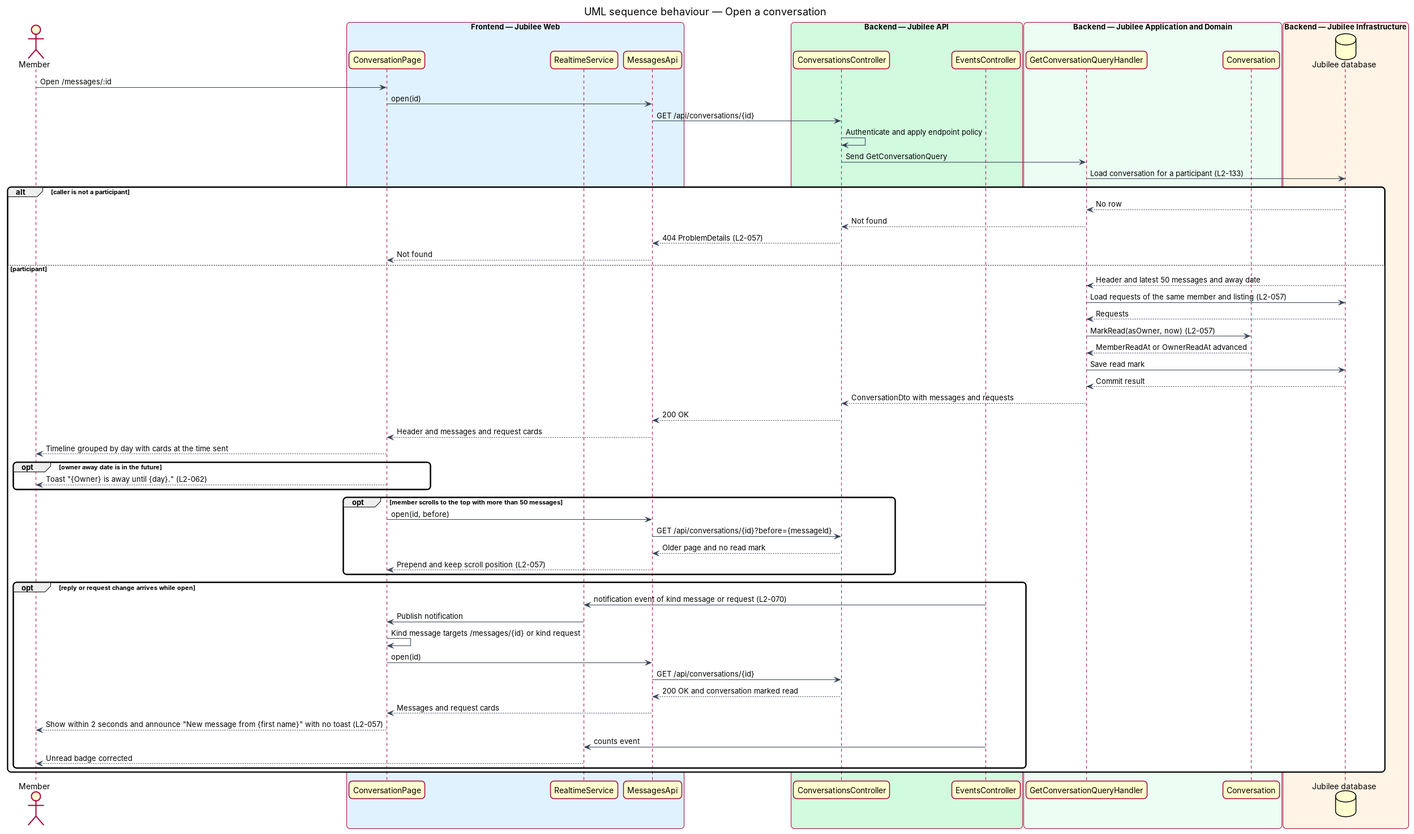
Earlier version of the PlantUML export docs/detailed-designs/messaging/exchange-messages/diagrams/sequence-open-conversation.png (QuinntyneBrown/jubilee). Its source is kept beside it as docs/detailed-designs/messaging/exchange-messages/diagrams/sequence-open-conversation.puml. The source it was exported from:
```plantuml
@startuml
title UML sequence behaviour — Open a conversation
skinparam backgroundColor #FFFFFF
skinparam shadowing false
skinparam roundcorner 12
skinparam defaultFontName Arial
skinparam ArrowColor #344054
skinparam rectangle {
  BorderColor #344054
  FontColor #101828
}
skinparam package {
  BorderColor #667085
  FontColor #101828
  BackgroundColor #F9FAFB
}
actor "Member" as member
box "Frontend — Jubilee Web" #E0F2FE
  participant "ConversationPage" as page
  participant "RealtimeService" as rt
  participant "MessagesApi" as client
end box
box "Backend — Jubilee API" #D1FADF
  participant "ConversationsController" as controller
  participant "EventsController" as events
end box
box "Backend — Jubilee Application and Domain" #ECFDF3
  participant "GetConversationQueryHandler" as handler
  participant "Conversation" as entity
end box
box "Backend — Jubilee Infrastructure" #FFF4E5
  database "Jubilee database" as db
end box
member -> page : Open /messages/:id
page -> client : open(id)
client -> controller : GET /api/conversations/{id}
controller -> controller : Authenticate and apply endpoint policy
controller -> handler : Send GetConversationQuery
handler -> db : Load conversation for a participant (L2-133)
alt caller is not a participant
  db --> handler : No row
  handler --> controller : Not found
  controller --> client : 404 ProblemDetails (L2-057)
  client --> page : Not found
else participant
  db --> handler : Header and latest 50 messages and away date
  handler -> db : Load requests of the same member and listing (L2-057)
  db --> handler : Requests
  handler -> entity : MarkRead(asOwner, now) (L2-057)
  entity --> handler : MemberReadAt or OwnerReadAt advanced
  handler -> db : Save read mark
  db --> handler : Commit result
  handler --> controller : ConversationDto with messages and requests
  controller --> client : 200 OK
  client --> page : Header and messages and request cards
  page --> member : Timeline grouped by day with cards at the time sent
  opt owner away date is in the future
    page --> member : Toast "{Owner} is away until {day}." (L2-062)
  end
  opt member scrolls to the top with more than 50 messages
    page -> client : open(id, before)
    client -> controller : GET /api/conversations/{id}?before={messageId}
    controller --> client : Older page and no read mark
    client --> page : Prepend and keep scroll position (L2-057)
  end
  opt reply or request change arrives while open
    events -> rt : notification event of kind message or request (L2-070)
    rt -> page : Publish notification
    page -> page : Kind message targets /messages/{id} or kind request
    page -> client : open(id)
    client -> controller : GET /api/conversations/{id}
    controller --> client : 200 OK and conversation marked read
    client --> page : Messages and request cards
    page --> member : Show within 2 seconds and announce "New message from {first name}" with no toast (L2-057)
    events -> rt : counts event
    rt --> member : Unread badge corrected
  end
end
@enduml
```
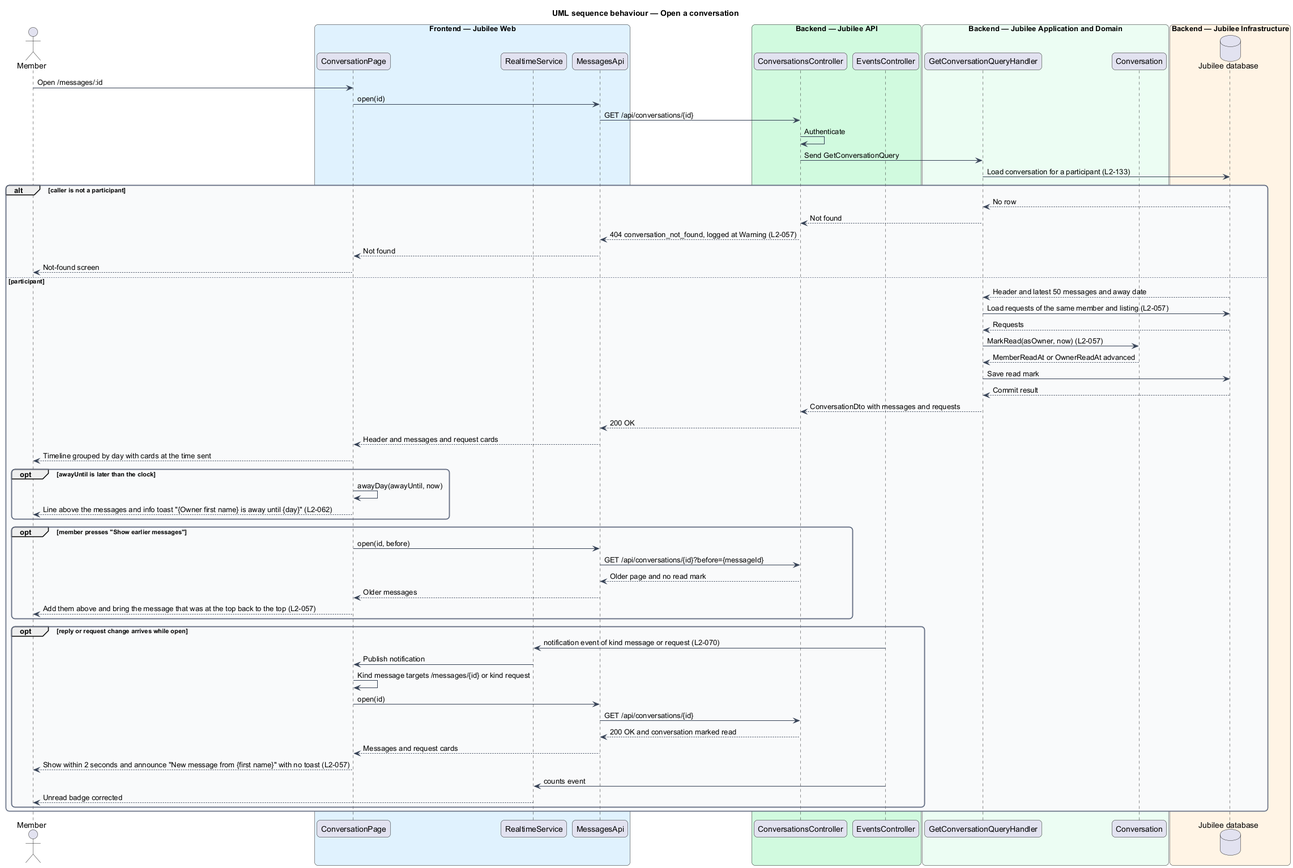
The same file after the commit.

What changed in the source:
```diff
@@ -34,14 +34,15 @@
 member -> page : Open /messages/:id
 page -> client : open(id)
 client -> controller : GET /api/conversations/{id}
-controller -> controller : Authenticate and apply endpoint policy
+controller -> controller : Authenticate
 controller -> handler : Send GetConversationQuery
 handler -> db : Load conversation for a participant (L2-133)
 alt caller is not a participant
   db --> handler : No row
   handler --> controller : Not found
-  controller --> client : 404 ProblemDetails (L2-057)
+  controller --> client : 404 conversation_not_found, logged at Warning (L2-057)
   client --> page : Not found
+  page --> member : Not-found screen
 else participant
   db --> handler : Header and latest 50 messages and away date
   handler -> db : Load requests of the same member and listing (L2-057)
@@ -54,14 +55,16 @@
   controller --> client : 200 OK
   client --> page : Header and messages and request cards
   page --> member : Timeline grouped by day with cards at the time sent
-  opt owner away date is in the future
-    page --> member : Toast "{Owner} is away until {day}." (L2-062)
+  opt awayUntil is later than the clock
+    page -> page : awayDay(awayUntil, now)
+    page --> member : Line above the messages and info toast "{Owner first name} is away until {day}" (L2-062)
   end
-  opt member scrolls to the top with more than 50 messages
+  opt member presses "Show earlier messages"
     page -> client : open(id, before)
     client -> controller : GET /api/conversations/{id}?before={messageId}
     controller --> client : Older page and no read mark
-    client --> page : Prepend and keep scroll position (L2-057)
+    client --> page : Older messages
+    page --> member : Add them above and bring the message that was at the top back to the top (L2-057)
   end
   opt reply or request change arrives while open
     events -> rt : notification event of kind message or request (L2-070)
```
